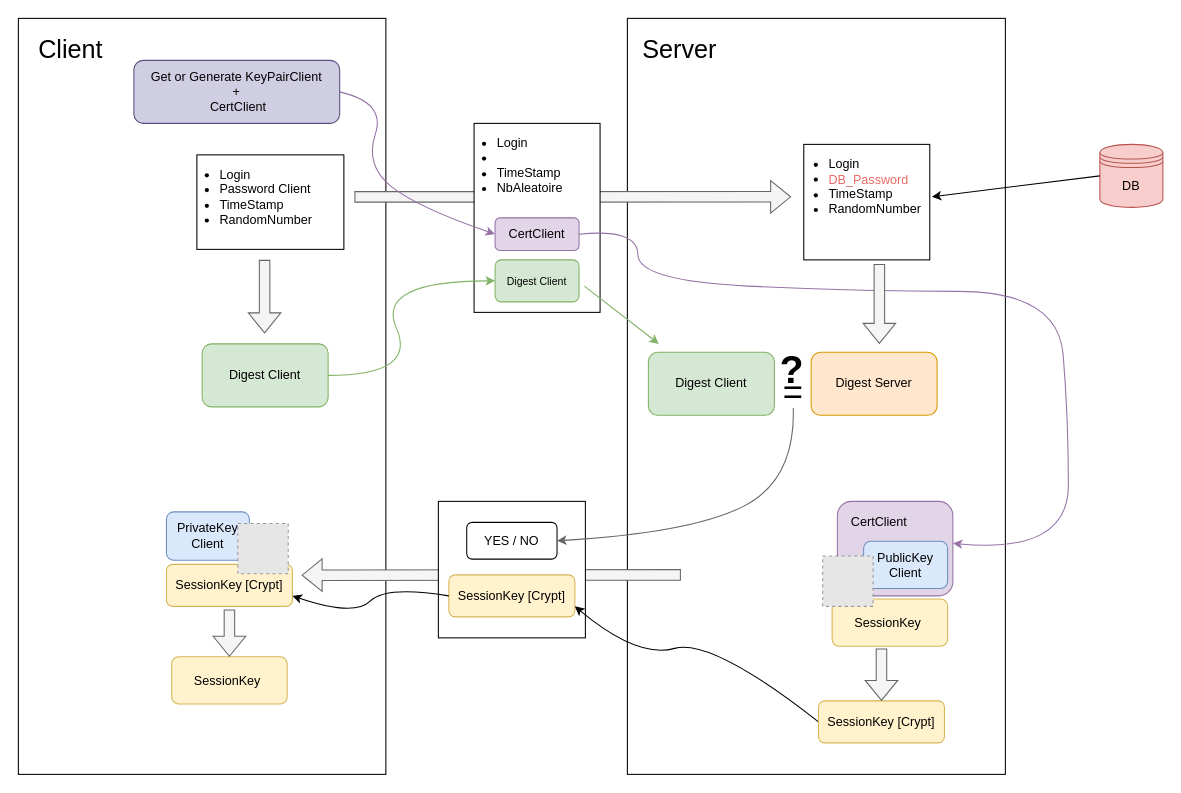
Above: .Documentation/.RTI_Schema/LoginPayement_Secure.drawio in bastin-thomas/Fruit_MarketPlace_Secured (draw.io), before the change. Source tidied: cells renumbered, new cells numbered last; positions are measured from the earlier drawing's top-left corner, leaving out a move shared by most shapes. Both pictures are drawn from the tidied source at 105%, with x=0, y=0 at pixel (18, 18). Pictures stored in the file or linked from it are replaced by grey dashed boxes.
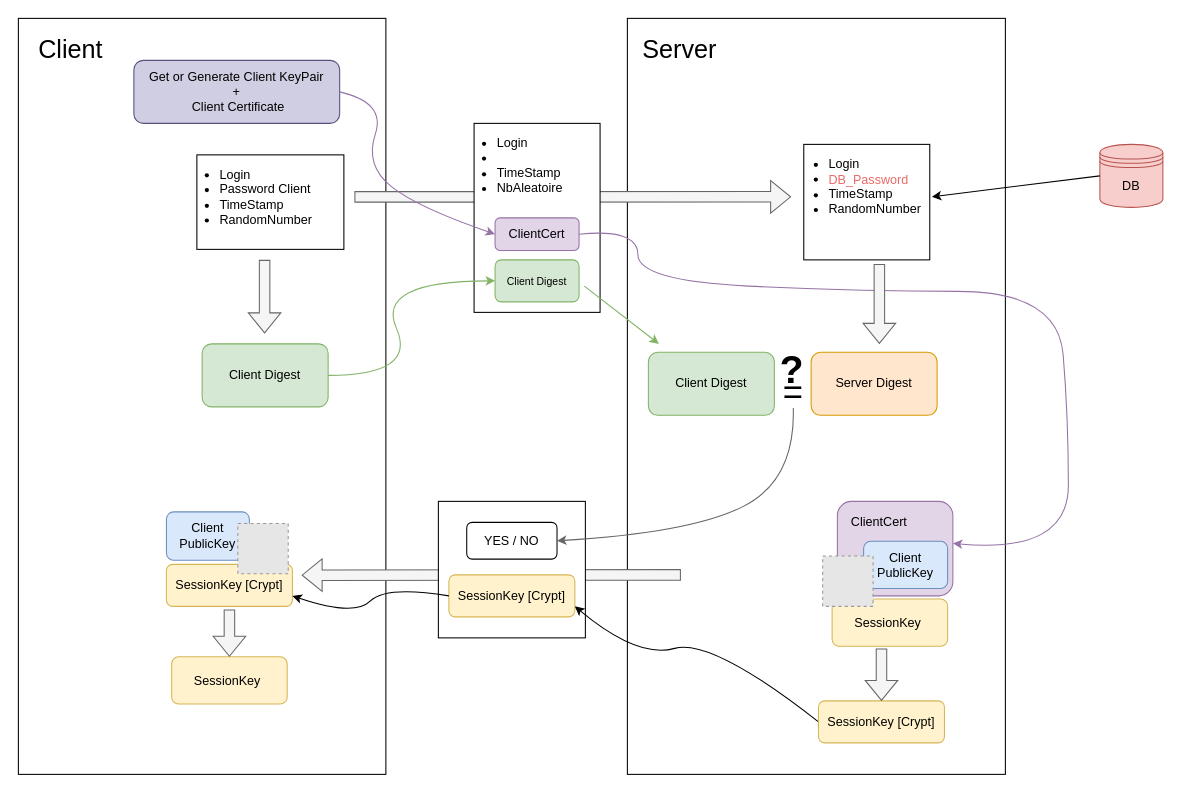
After the change.

Unchanged cells that the change refers to:
```xml
<mxCell id="15" style="group;" parent="1" vertex="1">
  <mxGeometry x="414" y="80" width="140" height="200" as="geometry" />
</mxCell>
<mxCell id="38" style="group;" parent="1" vertex="1">
  <mxGeometry x="780" y="460" width="110" height="90" as="geometry" />
</mxCell>
```

Change to the diagram source:
```diff
@@
-    <mxCell id="8" value="Digest Client" style="rounded=1;whiteSpace=wrap;html=1;fillColor=#d5e8d4;strokeColor=#82b366;" parent="1" vertex="1">
+    <mxCell id="8" value="Client Digest" style="rounded=1;whiteSpace=wrap;html=1;fillColor=#d5e8d4;strokeColor=#82b366;" parent="1" vertex="1">
       <mxGeometry x="175" y="310" width="120" height="60" as="geometry" />
     </mxCell>
-    <mxCell id="9" value="Digest Server" style="rounded=1;whiteSpace=wrap;html=1;fillColor=#ffe6cc;strokeColor=#d79b00;" parent="1" vertex="1">
+    <mxCell id="9" value="Server Digest" style="rounded=1;whiteSpace=wrap;html=1;fillColor=#ffe6cc;strokeColor=#d79b00;" parent="1" vertex="1">
       <mxGeometry x="755" y="318" width="120" height="60" as="geometry" />
     </mxCell>
@@
-    <mxCell id="18" value="&lt;font style=&quot;font-size: 10px;&quot;&gt;Digest Client&lt;/font&gt;" style="rounded=1;whiteSpace=wrap;html=1;fillColor=#d5e8d4;strokeColor=#82b366;" parent="15" vertex="1">
+    <mxCell id="18" value="&lt;font style=&quot;font-size: 10px;&quot;&gt;Client Digest&lt;/font&gt;" style="rounded=1;whiteSpace=wrap;html=1;fillColor=#d5e8d4;strokeColor=#82b366;" parent="15" vertex="1">
       <mxGeometry x="40" y="150" width="80" height="40" as="geometry" />
     </mxCell>
-    <mxCell id="19" value="CertClient" style="rounded=1;whiteSpace=wrap;html=1;fillColor=#e1d5e7;strokeColor=#9673a6;" parent="15" vertex="1">
+    <mxCell id="19" value="ClientCert" style="rounded=1;whiteSpace=wrap;html=1;fillColor=#e1d5e7;strokeColor=#9673a6;" parent="15" vertex="1">
       <mxGeometry x="40" y="110" width="80" height="31" as="geometry" />
     </mxCell>
@@
-    <mxCell id="21" value="Digest Client" style="rounded=1;whiteSpace=wrap;html=1;fillColor=#d5e8d4;strokeColor=#82b366;" parent="1" vertex="1">
+    <mxCell id="21" value="Client Digest" style="rounded=1;whiteSpace=wrap;html=1;fillColor=#d5e8d4;strokeColor=#82b366;" parent="1" vertex="1">
       <mxGeometry x="600" y="318" width="120" height="60" as="geometry" />
     </mxCell>
@@
-    <mxCell id="36" value="PrivateKey&lt;br&gt;Client" style="rounded=1;whiteSpace=wrap;html=1;fillColor=#dae8fc;strokeColor=#6c8ebf;" parent="1" vertex="1">
+    <mxCell id="36" value="Client PublicKey" style="rounded=1;whiteSpace=wrap;html=1;fillColor=#dae8fc;strokeColor=#6c8ebf;" parent="1" vertex="1">
       <mxGeometry x="141" y="470" width="79" height="46" as="geometry" />
     </mxCell>
@@
-    <mxCell id="40" value="PublicKey Client" style="rounded=1;whiteSpace=wrap;html=1;fillColor=#dae8fc;strokeColor=#6c8ebf;" parent="38" vertex="1">
+    <mxCell id="40" value="Client PublicKey" style="rounded=1;whiteSpace=wrap;html=1;fillColor=#dae8fc;strokeColor=#6c8ebf;" parent="38" vertex="1">
       <mxGeometry x="25" y="38" width="80" height="45" as="geometry" />
     </mxCell>
-    <mxCell id="41" value="CertClient" style="text;html=1;strokeColor=none;fillColor=none;align=center;verticalAlign=middle;whiteSpace=wrap;rounded=0;" parent="38" vertex="1">
+    <mxCell id="41" value="ClientCert" style="text;html=1;strokeColor=none;fillColor=none;align=center;verticalAlign=middle;whiteSpace=wrap;rounded=0;" parent="38" vertex="1">
       <mxGeometry x="10" y="5" width="60" height="30" as="geometry" />
     </mxCell>
@@
-    <mxCell id="50" value="Get or Generate KeyPairClient &lt;br&gt;+&lt;br&gt;&amp;nbsp;CertClient" style="rounded=1;whiteSpace=wrap;html=1;fillColor=#d0cee2;strokeColor=#56517e;" parent="1" vertex="1">
+    <mxCell id="50" value="Get or Generate Client KeyPair&lt;br&gt;+&lt;br&gt;&amp;nbsp;Client Certificate" style="rounded=1;whiteSpace=wrap;html=1;fillColor=#d0cee2;strokeColor=#56517e;" parent="1" vertex="1">
       <mxGeometry x="110" y="40" width="196" height="60" as="geometry" />
     </mxCell>
```
